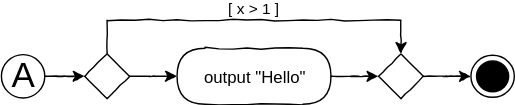
Before: X01_Appendix/UML/BasicConditional.svg, a diagram exported from draw.io (JirkaDellOro/Code-Inverted). Source tidied: cells renumbered, new cells last; positions are measured from the earlier drawing's top-left corner, leaving out a move shared by most shapes. Its diagram source:
```xml
<mxGraphModel>
  <root>
    <mxCell id="0" />
    <mxCell id="1" parent="0" />
    <mxCell id="2" value="output &quot;Hello&quot;" style="rounded=1;whiteSpace=wrap;html=1;absoluteArcSize=1;arcSize=50;strokeWidth=1;shadow=0;comic=1;" parent="1" vertex="1">
      <mxGeometry x="126" y="20" width="110" height="40" as="geometry" />
    </mxCell>
    <mxCell id="3" style="edgeStyle=orthogonalEdgeStyle;rounded=0;jettySize=auto;html=1;comic=1;" parent="1" edge="1" source="8" target="2">
      <mxGeometry relative="1" as="geometry" />
    </mxCell>
    <mxCell id="4" style="ellipse;html=1;shape=endState;fillColor=#000000;strokeColor=#000000;comic=1;" parent="1" vertex="1">
      <mxGeometry x="336" y="25" width="31" height="30" as="geometry" />
    </mxCell>
    <mxCell id="5" style="edgeStyle=orthogonalEdgeStyle;rounded=0;jettySize=auto;html=1;comic=1;" parent="1" edge="1" source="10" target="4">
      <mxGeometry relative="1" as="geometry" />
    </mxCell>
    <mxCell id="6" value="&lt;font style=&quot;font-size: 25px ; line-height: 60%&quot;&gt;A&lt;/font&gt;" style="ellipse;whiteSpace=wrap;html=1;rounded=0;shadow=0;comic=1;strokeWidth=1;fillColor=#FFFFFF;" parent="1" vertex="1">
      <mxGeometry x="0.5" y="24.5" width="31" height="31" as="geometry" />
    </mxCell>
    <mxCell id="7" value="[ x &amp;gt; 1 ]" style="edgeStyle=orthogonalEdgeStyle;rounded=0;comic=1;jettySize=auto;html=1;verticalAlign=bottom;" parent="1" edge="1" source="8" target="10">
      <mxGeometry relative="1" as="geometry">
        <Array as="points">
          <mxPoint x="76" />
          <mxPoint x="286" />
        </Array>
      </mxGeometry>
    </mxCell>
    <mxCell id="8" style="rhombus;whiteSpace=wrap;html=1;rounded=0;shadow=0;glass=0;comic=1;strokeColor=#000000;align=left;" parent="1" vertex="1">
      <mxGeometry x="60" y="24" width="32" height="32" as="geometry" />
    </mxCell>
    <mxCell id="9" style="edgeStyle=orthogonalEdgeStyle;rounded=0;jettySize=auto;html=1;comic=1;" parent="1" edge="1" source="6" target="8">
      <mxGeometry relative="1" as="geometry" />
    </mxCell>
    <mxCell id="10" style="rhombus;whiteSpace=wrap;html=1;rounded=0;shadow=0;glass=0;comic=1;strokeColor=#000000;align=left;" parent="1" vertex="1">
      <mxGeometry x="270" y="24" width="32" height="32" as="geometry" />
    </mxCell>
    <mxCell id="11" style="edgeStyle=orthogonalEdgeStyle;rounded=0;jettySize=auto;html=1;comic=1;" parent="1" edge="1" source="2" target="10">
      <mxGeometry relative="1" as="geometry" />
    </mxCell>
  </root>
</mxGraphModel>
```
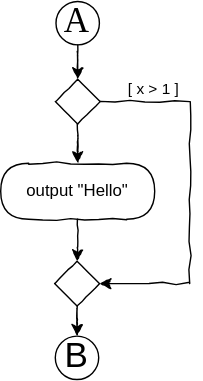
The same file after the commit.

Diff of the diagram source:
```diff
@@ -3,39 +3,39 @@
     <mxCell id="0" />
     <mxCell id="1" parent="0" />
     <mxCell id="2" value="output &quot;Hello&quot;" style="rounded=1;whiteSpace=wrap;html=1;absoluteArcSize=1;arcSize=50;strokeWidth=1;shadow=0;comic=1;" parent="1" vertex="1">
-      <mxGeometry x="126" y="20" width="110" height="40" as="geometry" />
+      <mxGeometry x="-7" y="140" width="110" height="40" as="geometry" />
     </mxCell>
     <mxCell id="3" style="edgeStyle=orthogonalEdgeStyle;rounded=0;jettySize=auto;html=1;comic=1;" parent="1" edge="1" source="8" target="2">
       <mxGeometry relative="1" as="geometry" />
     </mxCell>
-    <mxCell id="4" style="ellipse;html=1;shape=endState;fillColor=#000000;strokeColor=#000000;comic=1;" parent="1" vertex="1">
-      <mxGeometry x="336" y="25" width="31" height="30" as="geometry" />
-    </mxCell>
-    <mxCell id="5" style="edgeStyle=orthogonalEdgeStyle;rounded=0;jettySize=auto;html=1;comic=1;" parent="1" edge="1" source="10" target="4">
+    <mxCell id="5" style="edgeStyle=orthogonalEdgeStyle;rounded=0;jettySize=auto;html=1;comic=1;" parent="1" edge="1" source="10" target="12">
       <mxGeometry relative="1" as="geometry" />
     </mxCell>
-    <mxCell id="6" value="&lt;font style=&quot;font-size: 25px ; line-height: 60%&quot;&gt;A&lt;/font&gt;" style="ellipse;whiteSpace=wrap;html=1;rounded=0;shadow=0;comic=1;strokeWidth=1;fillColor=#FFFFFF;" parent="1" vertex="1">
-      <mxGeometry x="0.5" y="24.5" width="31" height="31" as="geometry" />
+    <mxCell id="6" value="&lt;font style=&quot;font-size: 25px ; line-height: 60%&quot;&gt;A&lt;/font&gt;" style="whiteSpace=wrap;html=1;rounded=0;shadow=0;comic=1;strokeWidth=1;fillColor=#FFFFFF;shape=ellipse;labelBackgroundColor=none;strokeColor=#000000;fontFamily=Verdana;fontColor=#000000;perimeter=ellipsePerimeter;" parent="1" vertex="1">
+      <mxGeometry x="32.5" y="24.5" width="31" height="31" as="geometry" />
     </mxCell>
     <mxCell id="7" value="[ x &amp;gt; 1 ]" style="edgeStyle=orthogonalEdgeStyle;rounded=0;comic=1;jettySize=auto;html=1;verticalAlign=bottom;" parent="1" edge="1" source="8" target="10">
-      <mxGeometry relative="1" as="geometry">
+      <mxGeometry x="-0.71" relative="1" as="geometry">
         <Array as="points">
-          <mxPoint x="76" />
-          <mxPoint x="286" />
+          <mxPoint x="128" y="96" />
+          <mxPoint x="128" y="226" />
         </Array>
       </mxGeometry>
     </mxCell>
     <mxCell id="8" style="rhombus;whiteSpace=wrap;html=1;rounded=0;shadow=0;glass=0;comic=1;strokeColor=#000000;align=left;" parent="1" vertex="1">
-      <mxGeometry x="60" y="24" width="32" height="32" as="geometry" />
+      <mxGeometry x="32" y="80" width="32" height="32" as="geometry" />
     </mxCell>
     <mxCell id="9" style="edgeStyle=orthogonalEdgeStyle;rounded=0;jettySize=auto;html=1;comic=1;" parent="1" edge="1" source="6" target="8">
       <mxGeometry relative="1" as="geometry" />
     </mxCell>
     <mxCell id="10" style="rhombus;whiteSpace=wrap;html=1;rounded=0;shadow=0;glass=0;comic=1;strokeColor=#000000;align=left;" parent="1" vertex="1">
-      <mxGeometry x="270" y="24" width="32" height="32" as="geometry" />
+      <mxGeometry x="31.5" y="210" width="32" height="32" as="geometry" />
     </mxCell>
     <mxCell id="11" style="edgeStyle=orthogonalEdgeStyle;rounded=0;jettySize=auto;html=1;comic=1;" parent="1" edge="1" source="2" target="10">
       <mxGeometry relative="1" as="geometry" />
     </mxCell>
+    <mxCell id="12" value="&lt;font style=&quot;font-size: 25px ; line-height: 60%&quot;&gt;B&lt;/font&gt;" style="ellipse;whiteSpace=wrap;html=1;rounded=0;shadow=0;comic=1;strokeWidth=1;fillColor=#FFFFFF;" parent="1" vertex="1">
+      <mxGeometry x="32" y="263.5" width="31" height="31" as="geometry" />
+    </mxCell>
   </root>
 </mxGraphModel>
```
